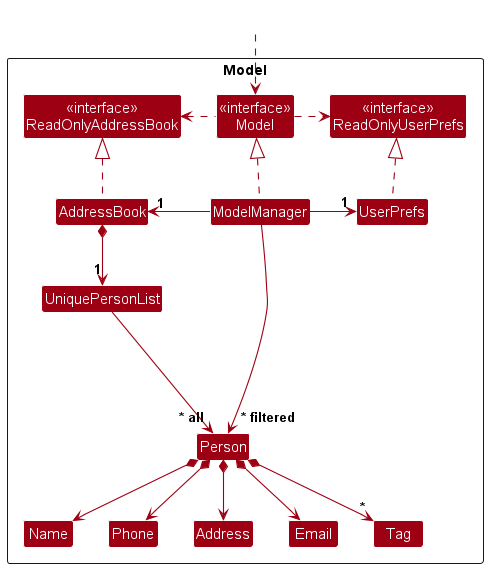
Before: docs/images/ModelClassDiagram.png, a diagram exported from PlantUML (nus-cs2103-AY2425S1/tp).
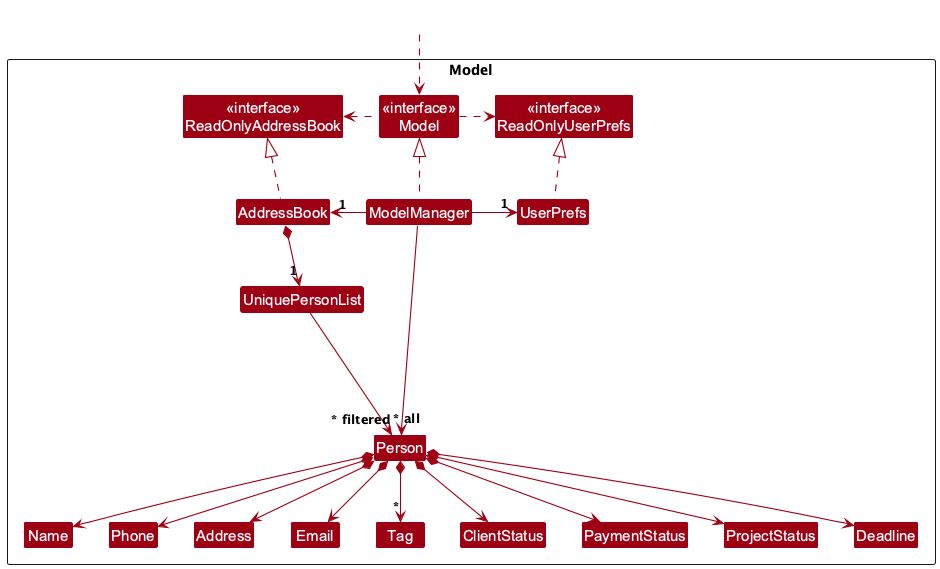
Above is the later version.

Commit message:
Improve Deadline logging and documentation

What changed in the source:
```diff
@@ -4,23 +4,28 @@
 skinparam arrowColor MODEL_COLOR
 skinparam classBackgroundColor MODEL_COLOR
 
-Package Model as ModelPackage <<Rectangle>>{
-Class "<<interface>>\nReadOnlyAddressBook" as ReadOnlyAddressBook
-Class "<<interface>>\nReadOnlyUserPrefs" as ReadOnlyUserPrefs
-Class "<<interface>>\nModel" as Model
-Class AddressBook
-Class ModelManager
-Class UserPrefs
+Package Model as ModelPackage <<Rectangle>> {
+    Class "<<interface>>\nReadOnlyAddressBook" as ReadOnlyAddressBook
+    Class "<<interface>>\nReadOnlyUserPrefs" as ReadOnlyUserPrefs
+    Class "<<interface>>\nModel" as Model
+    Class AddressBook
+    Class ModelManager
+    Class UserPrefs
 
-Class UniquePersonList
-Class Person
-Class Address
-Class Email
-Class Name
-Class Phone
-Class Tag
+    Class UniquePersonList
+    Class Person
+    Class Address
+    Class Email
+    Class Name
+    Class Phone
+    Class Tag
 
-Class I #FFFFFF
+    Class ClientStatus
+    Class PaymentStatus
+    Class ProjectStatus
+    Class Deadline
+
+    Class I #FFFFFF
 }
 
 Class HiddenOutside #FFFFFF
@@ -37,11 +42,16 @@
 
 AddressBook *--> "1" UniquePersonList
 UniquePersonList --> "~* all" Person
+
 Person *--> Name
 Person *--> Phone
 Person *--> Email
 Person *--> Address
 Person *--> "*" Tag
+Person *--> ClientStatus
+Person *--> PaymentStatus
+Person *--> ProjectStatus
+Person *--> Deadline
 
 Person -[hidden]up--> I
 UniquePersonList -[hidden]right-> I
```
